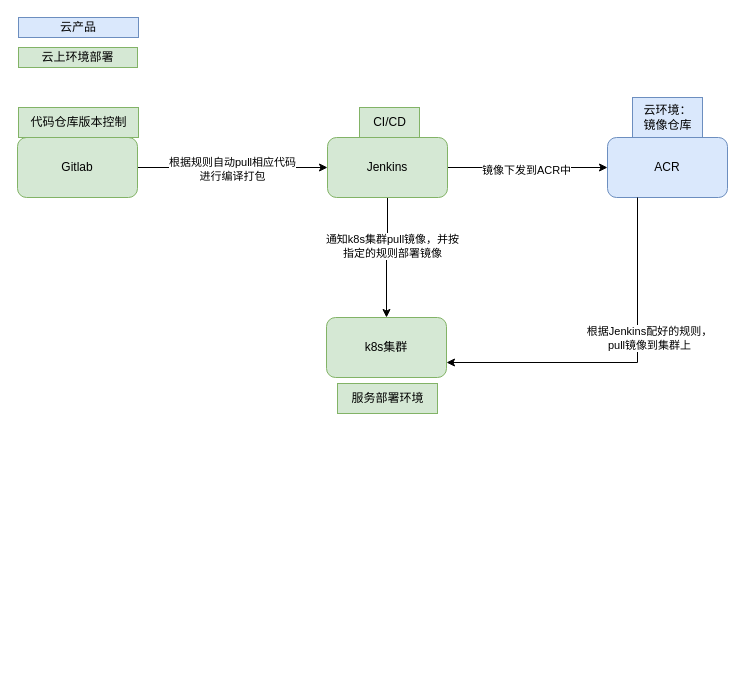
Above: 未命名绘图2.drawio in nieo2002/20K-cities (draw.io), before the change. Source tidied: cells renumbered, new cells numbered last; positions are measured from the earlier drawing's top-left corner, leaving out a move shared by most shapes. Both pictures are drawn from the tidied source at 100%, with x=0, y=0 at pixel (17, 17).
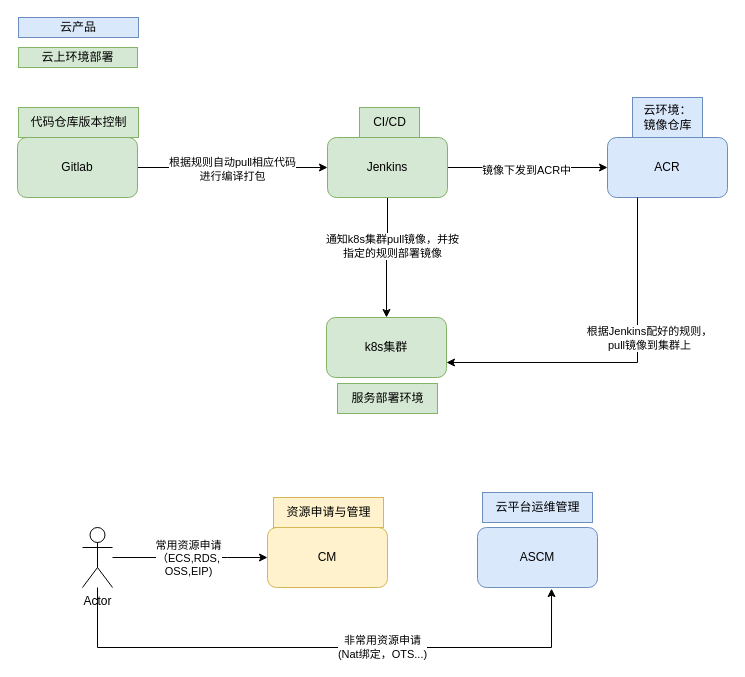
Above is the later version.

Commit message:
更新未命名绘图2.drawio

Change to the diagram source:
```diff
@@
+    <mxCell id="20" value="CM" style="rounded=1;whiteSpace=wrap;html=1;fillColor=#fff2cc;strokeColor=#d6b656;" parent="1" vertex="1">
+      <mxGeometry x="250" y="510" width="120" height="60" as="geometry" />
+    </mxCell>
+    <mxCell id="21" value="资源申请与管理" style="text;html=1;align=center;verticalAlign=middle;strokeColor=#d6b656;fillColor=#fff2cc;" parent="1" vertex="1">
+      <mxGeometry x="256" y="480" width="110" height="30" as="geometry" />
+    </mxCell>
+    <mxCell id="22" value="ASCM" style="rounded=1;whiteSpace=wrap;html=1;fillColor=#dae8fc;strokeColor=#6c8ebf;" parent="1" vertex="1">
+      <mxGeometry x="460" y="510" width="120" height="60" as="geometry" />
+    </mxCell>
+    <mxCell id="23" value="云平台运维管理" style="text;html=1;align=center;verticalAlign=middle;strokeColor=#6c8ebf;fillColor=#dae8fc;" parent="1" vertex="1">
+      <mxGeometry x="465" y="475" width="110" height="30" as="geometry" />
+    </mxCell>
+    <mxCell id="24" style="edgeStyle=orthogonalEdgeStyle;rounded=0;jettySize=auto;html=1;entryX=0;entryY=0.5;entryDx=0;entryDy=0;" parent="1" edge="1" source="26" target="20">
+      <mxGeometry relative="1" as="geometry">
+        <Array as="points">
+          <mxPoint x="210" y="540" />
+          <mxPoint x="210" y="540" />
+        </Array>
+      </mxGeometry>
+    </mxCell>
+    <mxCell id="25" value="常用资源申请&lt;br&gt;（ECS,RDS,&lt;br&gt;OSS,EIP)" style="edgeLabel;html=1;align=center;verticalAlign=middle;" parent="24" vertex="1">
+      <mxGeometry x="-0.24" y="1" relative="1" as="geometry">
+        <mxPoint x="16" y="1" as="offset" />
+      </mxGeometry>
+    </mxCell>
+    <mxCell id="26" value="Actor" style="shape=umlActor;verticalLabelPosition=bottom;verticalAlign=top;html=1;outlineConnect=0;" parent="1" vertex="1">
+      <mxGeometry x="65" y="510" width="30" height="60" as="geometry" />
+    </mxCell>
+    <mxCell id="27" style="edgeStyle=orthogonalEdgeStyle;rounded=0;jettySize=auto;html=1;entryX=0.617;entryY=1.019;entryDx=0;entryDy=0;entryPerimeter=0;" parent="1" edge="1" source="26" target="22">
+      <mxGeometry relative="1" as="geometry">
+        <Array as="points">
+          <mxPoint x="80" y="630" />
+          <mxPoint x="534" y="630" />
+        </Array>
+      </mxGeometry>
+    </mxCell>
+    <mxCell id="28" value="非常用资源申请&lt;br&gt;(Nat绑定，OTS...)" style="edgeLabel;html=1;align=center;verticalAlign=middle;" parent="27" vertex="1">
+      <mxGeometry x="0.2" y="1" relative="1" as="geometry" />
+    </mxCell>
```
